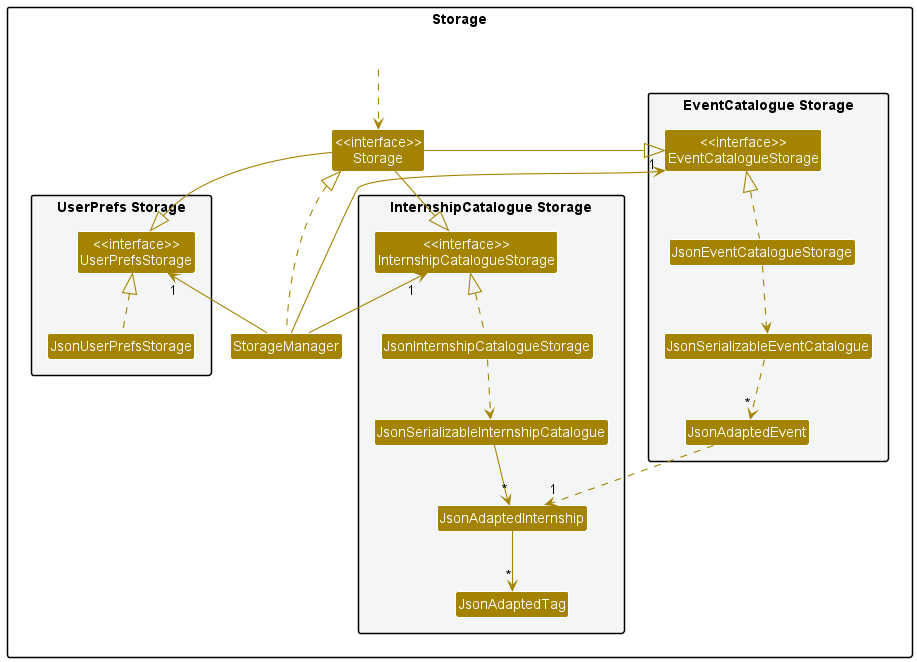
Before: docs/images/StorageClassDiagram.png, a diagram exported from PlantUML (nus-cs2103-AY2223S2/tp).
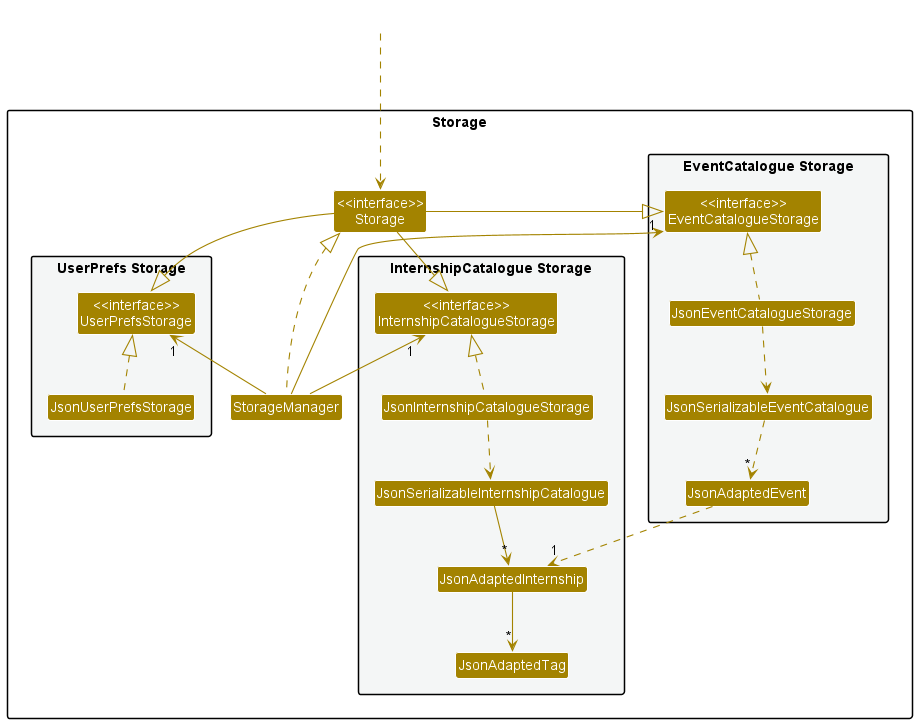
Above is the later version.

Change to the diagram source:
```diff
@@ -30,8 +30,10 @@
 Class JsonAdaptedInternship
 }
 
+}
+
 Class HiddenOutside #FFFFFF
-HiddenOutside ..> Storage
+HiddenOutside ...> Storage
 
 StorageManager .up.|> Storage
 StorageManager -up-> "1" UserPrefsStorage
```
